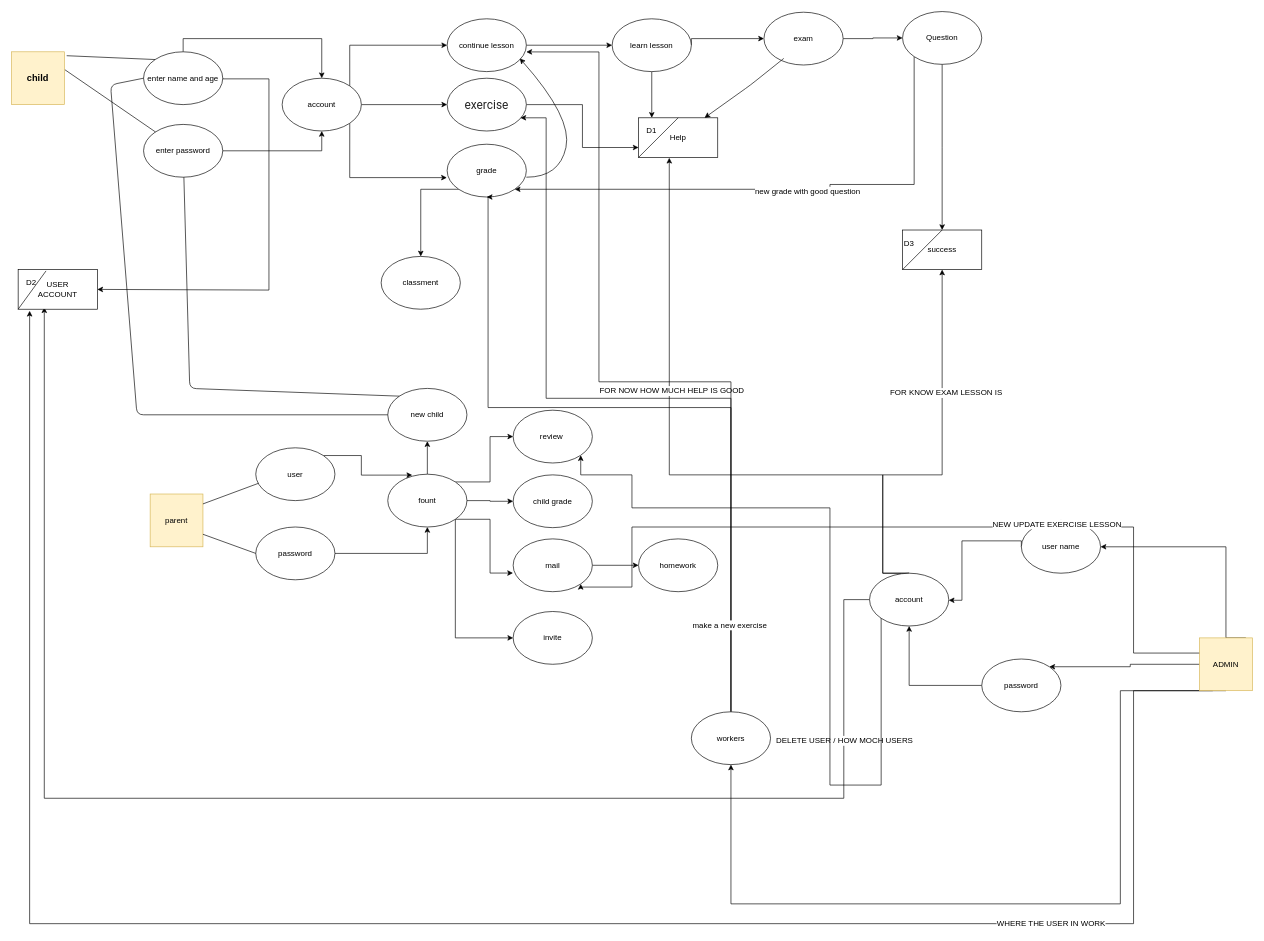
Before: Untitled Diagram.drawio in sameralkrenawi/Play-to-learn, a draw.io diagram. Source tidied: cells renumbered, new cells numbered last; positions are measured from the earlier drawing's top-left corner, leaving out a move shared by most shapes. Both pictures are drawn from the tidied source at 66%, with x=0, y=0 at pixel (11, 11).
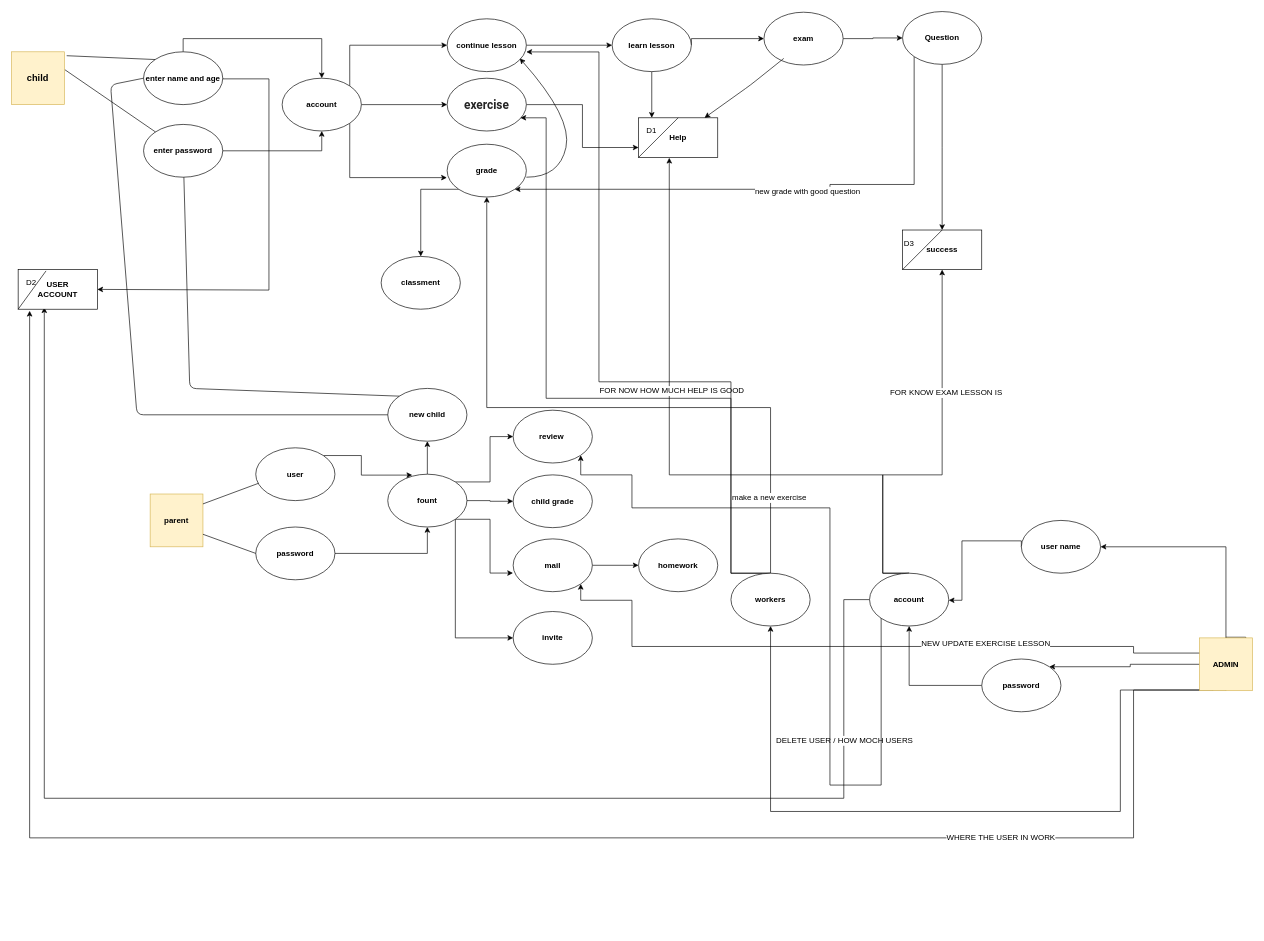
The same diagram, later.

What changed in the source:
```diff
@@
-    <mxCell id="5" value="enter name and age" style="ellipse;whiteSpace=wrap;html=1;" parent="1" vertex="1">
+    <mxCell id="5" value="&lt;b&gt;enter name and age&lt;/b&gt;" style="ellipse;whiteSpace=wrap;html=1;" parent="1" vertex="1">
       <mxGeometry x="200" y="61" width="120" height="80" as="geometry" />
     </mxCell>
@@
-    <mxCell id="8" value="enter password" style="ellipse;whiteSpace=wrap;html=1;" parent="1" vertex="1">
+    <mxCell id="8" value="&lt;b&gt;enter password&lt;/b&gt;" style="ellipse;whiteSpace=wrap;html=1;" parent="1" vertex="1">
       <mxGeometry x="200" y="171" width="120" height="80" as="geometry" />
     </mxCell>
@@
-    <mxCell id="13" value="account" style="ellipse;whiteSpace=wrap;html=1;" parent="1" vertex="1">
+    <mxCell id="13" value="&lt;b&gt;account&lt;/b&gt;" style="ellipse;whiteSpace=wrap;html=1;" parent="1" vertex="1">
       <mxGeometry x="410" y="101" width="120" height="80" as="geometry" />
     </mxCell>
@@
-    <mxCell id="15" value="continue lesson" style="ellipse;whiteSpace=wrap;html=1;" parent="1" vertex="1">
+    <mxCell id="15" value="&lt;b&gt;continue lesson&lt;/b&gt;" style="ellipse;whiteSpace=wrap;html=1;" parent="1" vertex="1">
       <mxGeometry x="660" y="11" width="120" height="80" as="geometry" />
     </mxCell>
@@
-    <mxCell id="17" value="&lt;font color=&quot;#252525&quot; face=&quot;roboto, arial, sans-serif&quot;&gt;&lt;span style=&quot;font-size: 18px&quot;&gt;exercise&lt;/span&gt;&lt;/font&gt;" style="ellipse;whiteSpace=wrap;html=1;" parent="1" vertex="1">
+    <mxCell id="17" value="&lt;font color=&quot;#252525&quot; face=&quot;roboto, arial, sans-serif&quot;&gt;&lt;span style=&quot;font-size: 18px&quot;&gt;&lt;b&gt;exercise&lt;/b&gt;&lt;/span&gt;&lt;/font&gt;" style="ellipse;whiteSpace=wrap;html=1;" parent="1" vertex="1">
       <mxGeometry x="660" y="101" width="120" height="80" as="geometry" />
     </mxCell>
@@
-    <mxCell id="19" value="grade" style="ellipse;whiteSpace=wrap;html=1;" parent="1" vertex="1">
+    <mxCell id="19" value="&lt;b&gt;grade&lt;/b&gt;" style="ellipse;whiteSpace=wrap;html=1;" parent="1" vertex="1">
       <mxGeometry x="660" y="201" width="120" height="80" as="geometry" />
     </mxCell>
-    <mxCell id="20" value="classment" style="ellipse;whiteSpace=wrap;html=1;" parent="1" vertex="1">
+    <mxCell id="20" value="&lt;b&gt;classment&lt;/b&gt;" style="ellipse;whiteSpace=wrap;html=1;" parent="1" vertex="1">
       <mxGeometry x="560" y="371" width="120" height="80" as="geometry" />
     </mxCell>
@@
-    <mxCell id="23" value="learn lesson" style="ellipse;whiteSpace=wrap;html=1;" parent="1" vertex="1">
+    <mxCell id="23" value="&lt;b&gt;learn lesson&lt;/b&gt;" style="ellipse;whiteSpace=wrap;html=1;" parent="1" vertex="1">
       <mxGeometry x="910" y="11" width="120" height="80" as="geometry" />
     </mxCell>
@@
-    <mxCell id="25" value="exam" style="ellipse;whiteSpace=wrap;html=1;" parent="1" vertex="1">
+    <mxCell id="25" value="&lt;b&gt;exam&lt;/b&gt;" style="ellipse;whiteSpace=wrap;html=1;" parent="1" vertex="1">
       <mxGeometry x="1140" y="1" width="120" height="80" as="geometry" />
     </mxCell>
-    <mxCell id="26" value="Help" style="rounded=0;whiteSpace=wrap;html=1;" parent="1" vertex="1">
+    <mxCell id="26" value="&lt;b&gt;Help&lt;/b&gt;" style="rounded=0;whiteSpace=wrap;html=1;" parent="1" vertex="1">
       <mxGeometry x="950" y="161" width="120" height="60" as="geometry" />
     </mxCell>
@@
-    <mxCell id="30" value="success" style="rounded=0;whiteSpace=wrap;html=1;" parent="1" vertex="1">
+    <mxCell id="30" value="&lt;b&gt;success&lt;/b&gt;" style="rounded=0;whiteSpace=wrap;html=1;" parent="1" vertex="1">
       <mxGeometry x="1350" y="331" width="120" height="60" as="geometry" />
     </mxCell>
@@
-    <mxCell id="33" value="new child" style="ellipse;whiteSpace=wrap;html=1;" parent="1" vertex="1">
+    <mxCell id="33" value="&lt;b&gt;new child&lt;/b&gt;" style="ellipse;whiteSpace=wrap;html=1;" parent="1" vertex="1">
       <mxGeometry x="570" y="571" width="120" height="80" as="geometry" />
     </mxCell>
@@
-    <mxCell id="39" value="fount" style="ellipse;whiteSpace=wrap;html=1;" parent="1" vertex="1">
+    <mxCell id="39" value="&lt;b&gt;fount&lt;/b&gt;" style="ellipse;whiteSpace=wrap;html=1;" parent="1" vertex="1">
       <mxGeometry x="570" y="701" width="120" height="80" as="geometry" />
     </mxCell>
-    <mxCell id="40" value="parent" style="whiteSpace=wrap;html=1;fillColor=#fff2cc;strokeColor=#d6b656;" parent="1" vertex="1">
+    <mxCell id="40" value="&lt;b&gt;parent&lt;/b&gt;" style="whiteSpace=wrap;html=1;fillColor=#fff2cc;strokeColor=#d6b656;" parent="1" vertex="1">
       <mxGeometry x="210" y="731" width="80" height="80" as="geometry" />
     </mxCell>
@@
-    <mxCell id="42" value="user" style="ellipse;whiteSpace=wrap;html=1;" parent="1" vertex="1">
+    <mxCell id="42" value="&lt;b&gt;user&lt;/b&gt;" style="ellipse;whiteSpace=wrap;html=1;" parent="1" vertex="1">
       <mxGeometry x="370" y="661" width="120" height="80" as="geometry" />
     </mxCell>
@@
-    <mxCell id="44" value="password" style="ellipse;whiteSpace=wrap;html=1;" parent="1" vertex="1">
+    <mxCell id="44" value="&lt;b&gt;password&lt;/b&gt;" style="ellipse;whiteSpace=wrap;html=1;" parent="1" vertex="1">
       <mxGeometry x="370" y="781" width="120" height="80" as="geometry" />
     </mxCell>
@@
-    <mxCell id="47" value="review&amp;nbsp;" style="ellipse;whiteSpace=wrap;html=1;" parent="1" vertex="1">
+    <mxCell id="47" value="&lt;b&gt;review&amp;nbsp;&lt;/b&gt;" style="ellipse;whiteSpace=wrap;html=1;" parent="1" vertex="1">
       <mxGeometry x="760" y="604" width="120" height="80" as="geometry" />
     </mxCell>
-    <mxCell id="48" value="child grade" style="ellipse;whiteSpace=wrap;html=1;" parent="1" vertex="1">
+    <mxCell id="48" value="&lt;b&gt;child grade&lt;/b&gt;" style="ellipse;whiteSpace=wrap;html=1;" parent="1" vertex="1">
       <mxGeometry x="760" y="702" width="120" height="80" as="geometry" />
     </mxCell>
@@
-    <mxCell id="50" value="mail" style="ellipse;whiteSpace=wrap;html=1;" parent="1" vertex="1">
+    <mxCell id="50" value="&lt;b&gt;mail&lt;/b&gt;" style="ellipse;whiteSpace=wrap;html=1;" parent="1" vertex="1">
       <mxGeometry x="760" y="799" width="120" height="80" as="geometry" />
     </mxCell>
-    <mxCell id="51" value="invite" style="ellipse;whiteSpace=wrap;html=1;" parent="1" vertex="1">
+    <mxCell id="51" value="&lt;b&gt;invite&lt;/b&gt;" style="ellipse;whiteSpace=wrap;html=1;" parent="1" vertex="1">
       <mxGeometry x="760" y="909" width="120" height="80" as="geometry" />
     </mxCell>
-    <mxCell id="52" value="homework" style="ellipse;whiteSpace=wrap;html=1;" parent="1" vertex="1">
+    <mxCell id="52" value="&lt;b&gt;homework&lt;/b&gt;" style="ellipse;whiteSpace=wrap;html=1;" parent="1" vertex="1">
       <mxGeometry x="950" y="799" width="120" height="80" as="geometry" />
     </mxCell>
@@
-    <mxCell id="61" value="account" style="ellipse;whiteSpace=wrap;html=1;" parent="1" vertex="1">
+    <mxCell id="61" value="&lt;b&gt;account&lt;/b&gt;" style="ellipse;whiteSpace=wrap;html=1;" parent="1" vertex="1">
       <mxGeometry x="1300" y="851" width="120" height="80" as="geometry" />
     </mxCell>
@@
-    <mxCell id="63" value="user name" style="ellipse;whiteSpace=wrap;html=1;" parent="1" vertex="1">
+    <mxCell id="63" value="&lt;b&gt;user name&lt;/b&gt;" style="ellipse;whiteSpace=wrap;html=1;" parent="1" vertex="1">
       <mxGeometry x="1530" y="771" width="120" height="80" as="geometry" />
     </mxCell>
@@
-    <mxCell id="65" value="password" style="ellipse;whiteSpace=wrap;html=1;" parent="1" vertex="1">
+    <mxCell id="65" value="password" style="ellipse;whiteSpace=wrap;html=1;fontStyle=1;" parent="1" vertex="1">
       <mxGeometry x="1470" y="981" width="120" height="80" as="geometry" />
     </mxCell>
@@
-    <mxCell id="70" value="workers" style="ellipse;whiteSpace=wrap;html=1;" parent="1" vertex="1">
-      <mxGeometry x="1030" y="1061" width="120" height="80" as="geometry" />
+    <mxCell id="70" value="&lt;b&gt;workers&lt;/b&gt;" style="ellipse;whiteSpace=wrap;html=1;" parent="1" vertex="1">
+      <mxGeometry x="1090" y="851" width="120" height="80" as="geometry" />
     </mxCell>
     <mxCell id="71" style="edgeStyle=orthogonalEdgeStyle;rounded=0;jettySize=auto;html=1;exitX=0.5;exitY=0;exitDx=0;exitDy=0;entryX=1;entryY=1;entryDx=0;entryDy=0;" parent="1" edge="1" source="78" target="50">
       <mxGeometry relative="1" as="geometry">
         <Array as="points">
+          <mxPoint x="1870" y="948" />
           <mxPoint x="1870" y="972" />
           <mxPoint x="1700" y="972" />
-          <mxPoint x="1700" y="781" />
-          <mxPoint x="940" y="781" />
-          <mxPoint x="940" y="872" />
-          <mxPoint x="862" y="872" />
+          <mxPoint x="1700" y="962" />
+          <mxPoint x="940" y="962" />
+          <mxPoint x="940" y="892" />
+          <mxPoint x="862" y="892" />
         </Array>
       </mxGeometry>
     </mxCell>
@@
     <mxCell id="73" style="edgeStyle=orthogonalEdgeStyle;rounded=0;jettySize=auto;html=1;exitX=0.5;exitY=1;exitDx=0;exitDy=0;entryX=0.145;entryY=1.041;entryDx=0;entryDy=0;entryPerimeter=0;" parent="1" edge="1" source="78" target="79">
       <mxGeometry relative="1" as="geometry">
         <Array as="points">
-          <mxPoint x="1700" y="1382" />
-          <mxPoint x="27" y="1382" />
+          <mxPoint x="1700" y="1028" />
+          <mxPoint x="1700" y="1252" />
+          <mxPoint x="27" y="1252" />
         </Array>
       </mxGeometry>
     </mxCell>
@@
     <mxCell id="75" style="edgeStyle=orthogonalEdgeStyle;rounded=0;jettySize=auto;html=1;exitX=0.25;exitY=1;exitDx=0;exitDy=0;entryX=0.5;entryY=1;entryDx=0;entryDy=0;" parent="1" edge="1" source="78" target="70">
       <mxGeometry relative="1" as="geometry">
         <Array as="points">
-          <mxPoint x="1680" y="1352" />
-          <mxPoint x="1090" y="1352" />
+          <mxPoint x="1680" y="1028" />
+          <mxPoint x="1680" y="1212" />
+          <mxPoint x="1150" y="1212" />
         </Array>
       </mxGeometry>
     </mxCell>
@@
-    <mxCell id="78" value="ADMIN" style="whiteSpace=wrap;html=1;fillColor=#fff2cc;strokeColor=#d6b656;" parent="1" vertex="1">
+    <mxCell id="78" value="&lt;b&gt;ADMIN&lt;/b&gt;" style="whiteSpace=wrap;html=1;fillColor=#fff2cc;strokeColor=#d6b656;" parent="1" vertex="1">
       <mxGeometry x="1800" y="949" width="80" height="80" as="geometry" />
     </mxCell>
-    <mxCell id="79" value="USER&lt;br&gt;ACCOUNT" style="rounded=0;whiteSpace=wrap;html=1;" parent="1" vertex="1">
+    <mxCell id="79" value="&lt;b&gt;USER&lt;br&gt;ACCOUNT&lt;/b&gt;" style="rounded=0;whiteSpace=wrap;html=1;" parent="1" vertex="1">
       <mxGeometry x="10" y="391" width="120" height="60" as="geometry" />
     </mxCell>
@@
-    <mxCell id="85" value="Question" style="ellipse;whiteSpace=wrap;html=1;" parent="1" vertex="1">
+    <mxCell id="85" value="&lt;b&gt;Question&lt;/b&gt;" style="ellipse;whiteSpace=wrap;html=1;" parent="1" vertex="1">
       <mxGeometry x="1350" width="120" height="80" as="geometry" />
     </mxCell>
```
